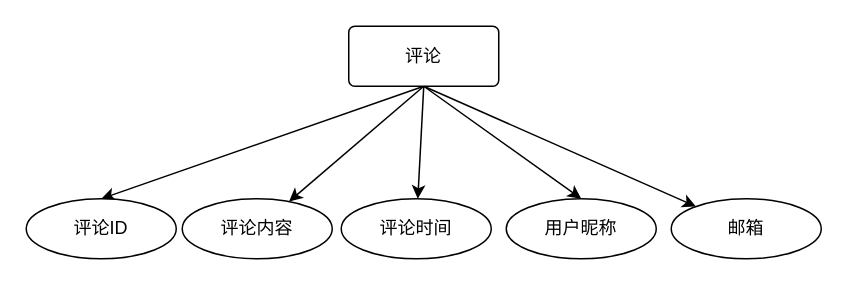
The draw.io diagram 管理员实体属性图.drawio in zyl-2000/draw, before the edit. Source tidied: cells renumbered, new cells numbered last; positions are measured from the earlier drawing's top-left corner, leaving out a move shared by most shapes. Both pictures are drawn from the tidied source at 150%, with x=0, y=0 at pixel (26, 26).
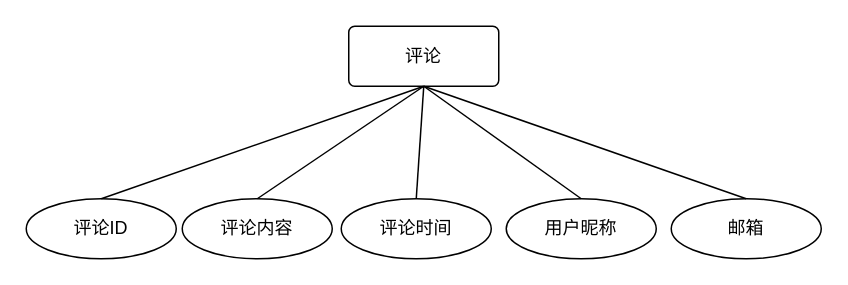
The same diagram, later.

Commit message:
更新管理员实体属性图.drawio

Diff of the diagram source:
```diff
@@
 <mxGraphModel>
   <root>
     <mxCell id="0" />
     <mxCell id="1" parent="0" />
-    <mxCell id="2" style="rounded=0;jettySize=auto;html=1;exitX=0.5;exitY=1;exitDx=0;exitDy=0;entryX=0.5;entryY=0;entryDx=0;entryDy=0;" parent="1" edge="1" source="7" target="8">
-      <mxGeometry relative="1" as="geometry" />
-    </mxCell>
-    <mxCell id="3" style="rounded=0;jettySize=auto;html=1;exitX=0.5;exitY=1;exitDx=0;exitDy=0;" parent="1" edge="1" source="7" target="9">
-      <mxGeometry relative="1" as="geometry" />
-    </mxCell>
-    <mxCell id="4" style="rounded=0;jettySize=auto;html=1;exitX=0.5;exitY=1;exitDx=0;exitDy=0;" parent="1" edge="1" source="7" target="10">
-      <mxGeometry relative="1" as="geometry" />
-    </mxCell>
-    <mxCell id="5" style="rounded=0;jettySize=auto;html=1;exitX=0.5;exitY=1;exitDx=0;exitDy=0;entryX=0.5;entryY=0;entryDx=0;entryDy=0;" parent="1" edge="1" source="7" target="11">
-      <mxGeometry relative="1" as="geometry" />
-    </mxCell>
-    <mxCell id="6" style="rounded=0;jettySize=auto;html=1;exitX=0.5;exitY=1;exitDx=0;exitDy=0;" parent="1" edge="1" source="7" target="12">
-      <mxGeometry relative="1" as="geometry" />
-    </mxCell>
     <mxCell id="7" value="评论" style="rounded=1;arcSize=10;whiteSpace=wrap;html=1;align=center;" parent="1" vertex="1">
       <mxGeometry x="215" width="100" height="40" as="geometry" />
     </mxCell>
     <mxCell id="8" value="评论ID" style="ellipse;whiteSpace=wrap;html=1;align=center;" parent="1" vertex="1">
       <mxGeometry y="115" width="100" height="40" as="geometry" />
     </mxCell>
     <mxCell id="9" value="评论内容" style="ellipse;whiteSpace=wrap;html=1;align=center;" parent="1" vertex="1">
       <mxGeometry x="104" y="115" width="100" height="40" as="geometry" />
     </mxCell>
     <mxCell id="10" value="评论时间" style="ellipse;whiteSpace=wrap;html=1;align=center;" parent="1" vertex="1">
       <mxGeometry x="210" y="115" width="100" height="40" as="geometry" />
     </mxCell>
     <mxCell id="11" value="用户昵称" style="ellipse;whiteSpace=wrap;html=1;align=center;" parent="1" vertex="1">
       <mxGeometry x="320" y="115" width="100" height="40" as="geometry" />
     </mxCell>
     <mxCell id="12" value="邮箱" style="ellipse;whiteSpace=wrap;html=1;align=center;" parent="1" vertex="1">
       <mxGeometry x="430" y="115" width="100" height="40" as="geometry" />
     </mxCell>
+    <mxCell id="13" style="endArrow=none;html=1;rounded=0;entryX=0.5;entryY=1;entryDx=0;entryDy=0;exitX=0.5;exitY=0;exitDx=0;exitDy=0;" parent="1" edge="1" source="8" target="7">
+      <mxGeometry relative="1" as="geometry" />
+    </mxCell>
+    <mxCell id="14" style="endArrow=none;html=1;rounded=0;exitX=0.5;exitY=0;exitDx=0;exitDy=0;entryX=0.5;entryY=1;entryDx=0;entryDy=0;" parent="1" edge="1" source="9" target="7">
+      <mxGeometry relative="1" as="geometry" />
+    </mxCell>
+    <mxCell id="15" style="endArrow=none;html=1;rounded=0;exitX=0.5;exitY=0;exitDx=0;exitDy=0;entryX=0.5;entryY=1;entryDx=0;entryDy=0;" parent="1" edge="1" source="12" target="7">
+      <mxGeometry relative="1" as="geometry" />
+    </mxCell>
+    <mxCell id="16" style="endArrow=none;html=1;rounded=0;exitX=0.5;exitY=0;exitDx=0;exitDy=0;entryX=0.5;entryY=1;entryDx=0;entryDy=0;" parent="1" edge="1" source="11" target="7">
+      <mxGeometry relative="1" as="geometry" />
+    </mxCell>
+    <mxCell id="17" style="endArrow=none;html=1;rounded=0;exitX=0.5;exitY=0;exitDx=0;exitDy=0;entryX=0.5;entryY=1;entryDx=0;entryDy=0;" parent="1" edge="1" source="10" target="7">
+      <mxGeometry relative="1" as="geometry" />
+    </mxCell>
   </root>
 </mxGraphModel>
```
